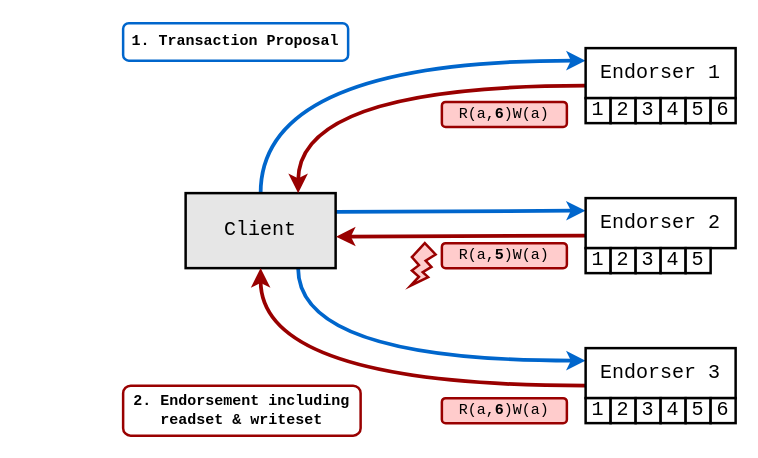
Before: diagrams/EndorsementPolicyFailure.drawio in David-Sat/blockbench-setup, a draw.io diagram. Source tidied: cells renumbered, new cells numbered last; positions are measured from the earlier drawing's top-left corner, leaving out a move shared by most shapes. Both pictures are drawn from the tidied source at 125%, with x=0, y=0 at pixel (122, 22).
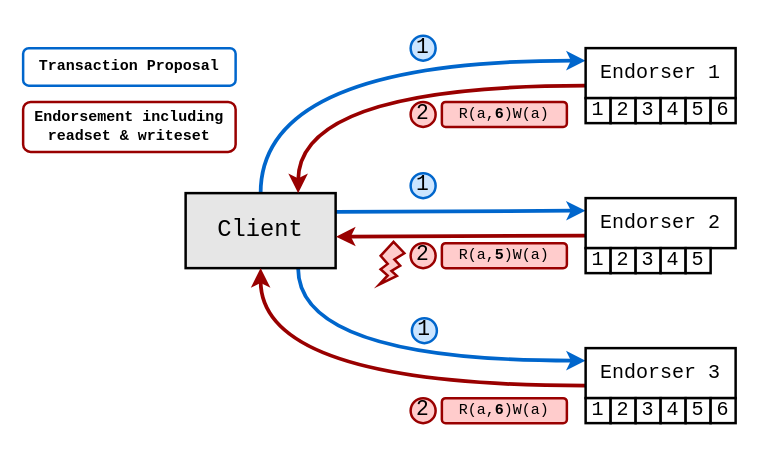
The same diagram, later.

Change to the diagram source:
```diff
@@
-    <mxCell id="5" value="Client" style="rounded=0;whiteSpace=wrap;html=1;fontFamily=Courier New;fontSize=16;strokeWidth=2;fillColor=#E6E6E6;" parent="1" vertex="1">
+    <mxCell id="5" value="Client" style="rounded=0;whiteSpace=wrap;html=1;fontFamily=Courier New;fontSize=19;strokeWidth=2;fillColor=#E6E6E6;" parent="1" vertex="1">
       <mxGeometry x="50" y="136" width="120" height="60" as="geometry" />
     </mxCell>
@@
-    <mxCell id="24" value="&lt;b&gt;&lt;font style=&quot;font-size: 12px&quot;&gt;1. Transaction Proposal&lt;/font&gt;&lt;/b&gt;" style="rounded=1;whiteSpace=wrap;html=1;strokeWidth=2;fillColor=none;fontFamily=Courier New;fontSize=12;strokeColor=#0066CC;" parent="1" vertex="1">
-      <mxGeometry width="180" height="30" as="geometry" />
+    <mxCell id="24" value="&lt;b&gt;&lt;font style=&quot;font-size: 12px&quot;&gt;Transaction Proposal&lt;/font&gt;&lt;/b&gt;" style="rounded=1;whiteSpace=wrap;html=1;strokeWidth=2;fillColor=none;fontFamily=Courier New;fontSize=12;strokeColor=#0066CC;" parent="1" vertex="1">
+      <mxGeometry x="-80" y="20" width="170" height="30" as="geometry" />
     </mxCell>
-    <mxCell id="25" value="&lt;b&gt;&lt;font style=&quot;font-size: 12px&quot;&gt;2. Endorsement including readset &amp;amp; writeset&lt;br&gt;&lt;/font&gt;&lt;/b&gt;" style="rounded=1;whiteSpace=wrap;html=1;strokeWidth=2;fillColor=none;fontFamily=Courier New;fontSize=12;strokeColor=#990000;" parent="1" vertex="1">
-      <mxGeometry y="290" width="190" height="40" as="geometry" />
+    <mxCell id="25" value="&lt;b&gt;&lt;font style=&quot;font-size: 12px&quot;&gt;Endorsement including readset &amp;amp; writeset&lt;br&gt;&lt;/font&gt;&lt;/b&gt;" style="rounded=1;whiteSpace=wrap;html=1;strokeWidth=2;fillColor=none;fontFamily=Courier New;fontSize=12;strokeColor=#990000;" parent="1" vertex="1">
+      <mxGeometry x="-80" y="63" width="170" height="40" as="geometry" />
     </mxCell>
@@
     <mxCell id="35" style="verticalLabelPosition=bottom;verticalAlign=top;html=1;shape=mxgraph.basic.flash;strokeColor=#990000;strokeWidth=2;fillColor=#FFCCCC;fontFamily=Courier New;fontSize=12;rotation=0;" parent="1" vertex="1">
-      <mxGeometry x="230" y="176" width="20" height="34" as="geometry" />
+      <mxGeometry x="205" y="175" width="20" height="34" as="geometry" />
     </mxCell>
+    <mxCell id="36" value="2" style="ellipse;whiteSpace=wrap;html=1;strokeColor=#990000;strokeWidth=2;fontFamily=Courier New;fontSize=17;fillColor=#FFCCCC;" parent="1" vertex="1">
+      <mxGeometry x="230" y="63" width="20" height="20" as="geometry" />
+    </mxCell>
+    <mxCell id="37" value="2" style="ellipse;whiteSpace=wrap;html=1;strokeColor=#990000;strokeWidth=2;fontFamily=Courier New;fontSize=17;fillColor=#FFCCCC;" parent="1" vertex="1">
+      <mxGeometry x="230" y="176" width="20" height="20" as="geometry" />
+    </mxCell>
+    <mxCell id="38" value="2" style="ellipse;whiteSpace=wrap;html=1;strokeColor=#990000;strokeWidth=2;fontFamily=Courier New;fontSize=17;fillColor=#FFCCCC;" parent="1" vertex="1">
+      <mxGeometry x="230" y="300" width="20" height="20" as="geometry" />
+    </mxCell>
+    <mxCell id="39" value="1" style="ellipse;whiteSpace=wrap;html=1;strokeWidth=2;fontFamily=Courier New;fontSize=17;strokeColor=#0066CC;fillColor=#CCE5FF;" parent="1" vertex="1">
+      <mxGeometry x="230" y="10" width="20" height="20" as="geometry" />
+    </mxCell>
+    <mxCell id="40" value="1" style="ellipse;whiteSpace=wrap;html=1;strokeWidth=2;fontFamily=Courier New;fontSize=17;strokeColor=#0066CC;fillColor=#CCE5FF;" parent="1" vertex="1">
+      <mxGeometry x="230" y="120" width="20" height="20" as="geometry" />
+    </mxCell>
+    <mxCell id="41" value="1" style="ellipse;whiteSpace=wrap;html=1;strokeWidth=2;fontFamily=Courier New;fontSize=17;strokeColor=#0066CC;fillColor=#CCE5FF;" parent="1" vertex="1">
+      <mxGeometry x="231" y="236" width="20" height="20" as="geometry" />
+    </mxCell>
```
